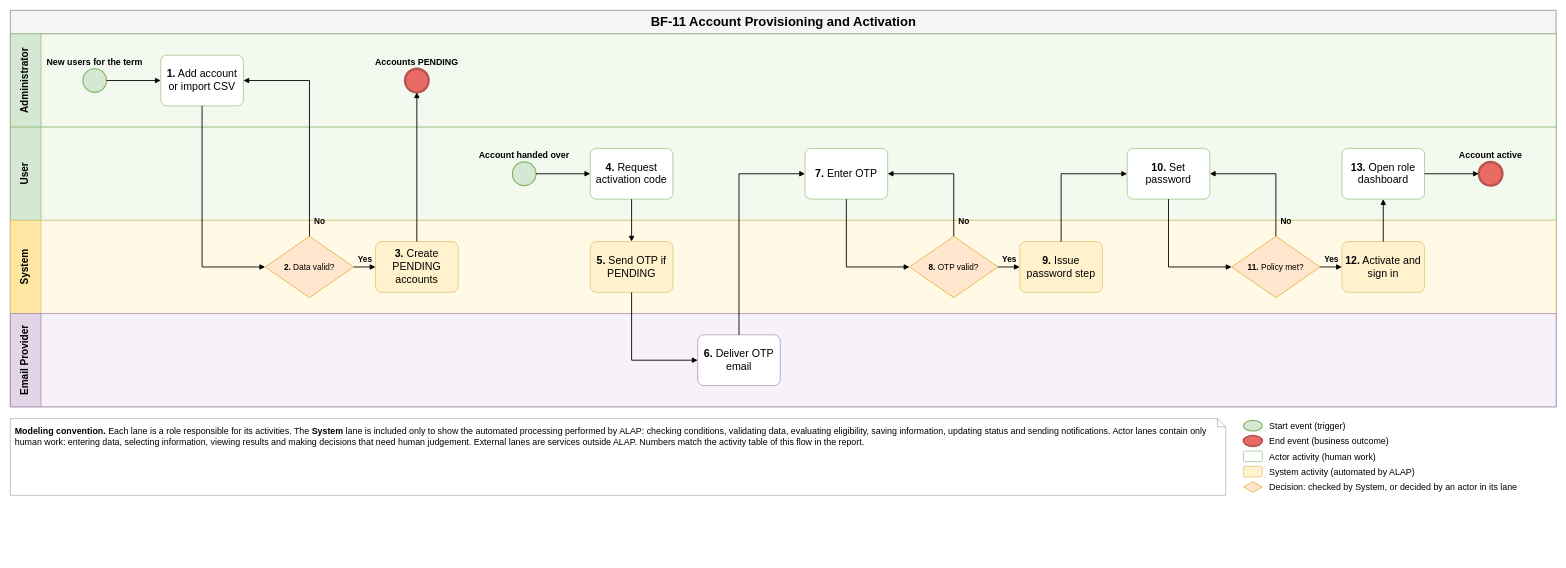
Earlier version of the draw.io diagram aidlc-docs/inception/main-business-flows/BF-11-Account-Provisioning-and-Activation.drawio (hygef-v4/AI-Powered-Learning-Platform). Source tidied: cells renumbered, new cells numbered last; positions are measured from the earlier drawing's top-left corner, leaving out a move shared by most shapes. Both pictures are drawn from the tidied source at 59%, with x=0, y=0 at pixel (10, 10).
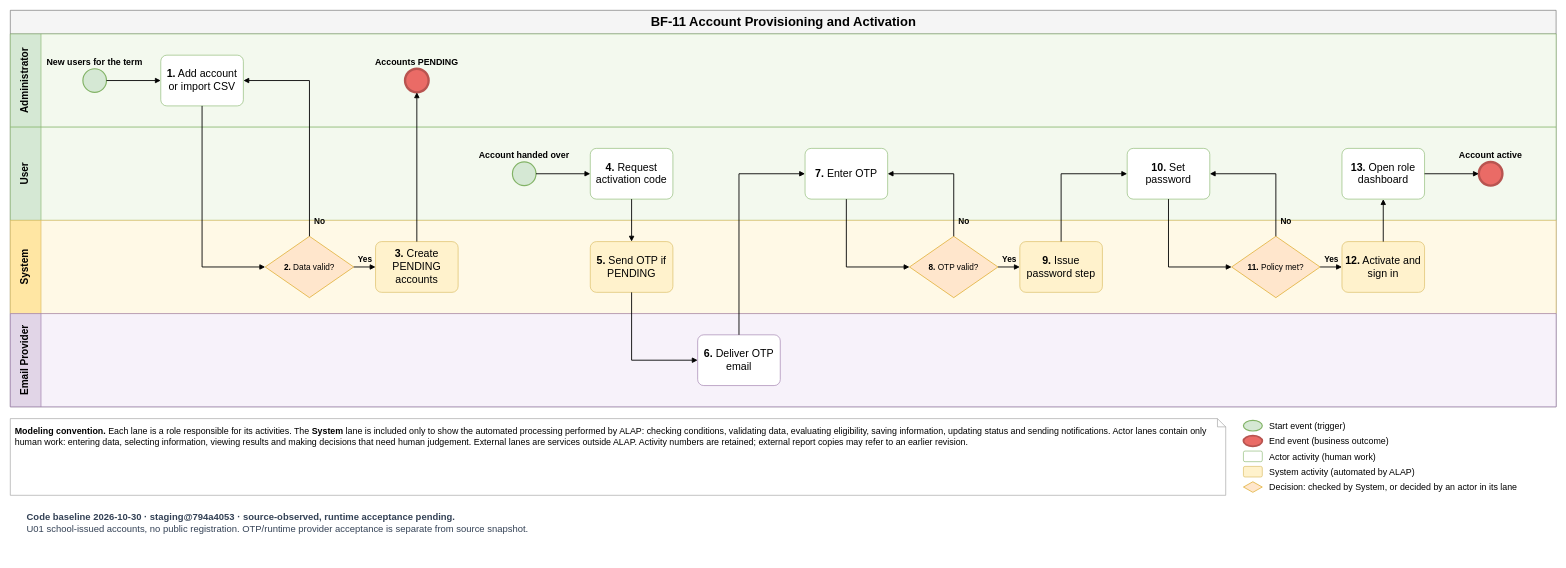
Above is the later version.

Change to the diagram source:
```diff
@@
-    <mxCell id="42" value="&lt;b&gt;Modeling convention.&lt;/b&gt; Each lane is a role responsible for its activities. The &lt;b&gt;System&lt;/b&gt; lane is included only to show the automated processing performed by ALAP: checking conditions, validating data, evaluating eligibility, saving information, updating status and sending notifications. Actor lanes contain only human work: entering data, selecting information, viewing results and making decisions that need human judgement. External lanes are services outside ALAP. Numbers match the activity table of this flow in the report." style="shape=note;whiteSpace=wrap;html=1;size=14;fillColor=#FFFFFF;strokeColor=#999999;fontSize=15;align=left;verticalAlign=top;spacing=8;" parent="1" vertex="1">
+    <mxCell id="42" value="&lt;b&gt;Modeling convention.&lt;/b&gt; Each lane is a role responsible for its activities. The &lt;b&gt;System&lt;/b&gt; lane is included only to show the automated processing performed by ALAP: checking conditions, validating data, evaluating eligibility, saving information, updating status and sending notifications. Actor lanes contain only human work: entering data, selecting information, viewing results and making decisions that need human judgement. External lanes are services outside ALAP. Activity numbers are retained; external report copies may refer to an earlier revision." style="shape=note;whiteSpace=wrap;html=1;size=14;fillColor=#FFFFFF;strokeColor=#999999;fontSize=15;align=left;verticalAlign=top;spacing=8;" parent="1" vertex="1">
       <mxGeometry y="692" width="2060" height="130" as="geometry" />
     </mxCell>
@@
+    <mxCell id="53" value="&lt;b&gt;Code baseline 2026-10-30 · staging@794a4053 · source-observed, runtime acceptance pending.&lt;/b&gt;&lt;br&gt;U01 school-issued accounts, no public registration. OTP/runtime provider acceptance is separate from source snapshot." style="text;html=1;whiteSpace=wrap;align=left;verticalAlign=top;fontSize=16;fontColor=#334155;spacing=8;" parent="1" vertex="1">
+      <mxGeometry x="20" y="837" width="2580" height="90" as="geometry" />
+    </mxCell>
```
